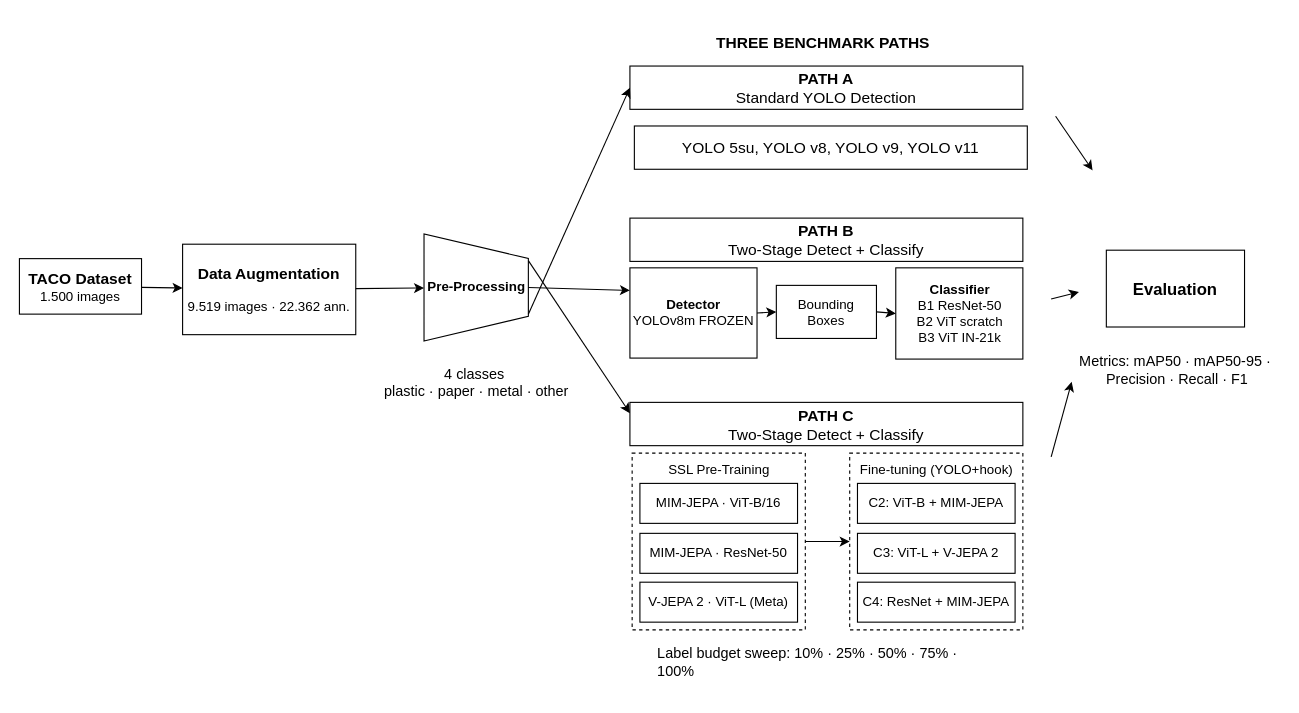
gruporaia/TrashScan keeps this draw.io diagram as page "Cópia do Página-1" (3 of 4) of pipeline.drawio. Above is the earlier version. Source tidied: cells renumbered, new cells numbered last; positions are measured from the earlier drawing's top-left corner, leaving out a move shared by most shapes. Both pictures are drawn from the tidied source at 111%, with x=0, y=0 at pixel (19, 26).
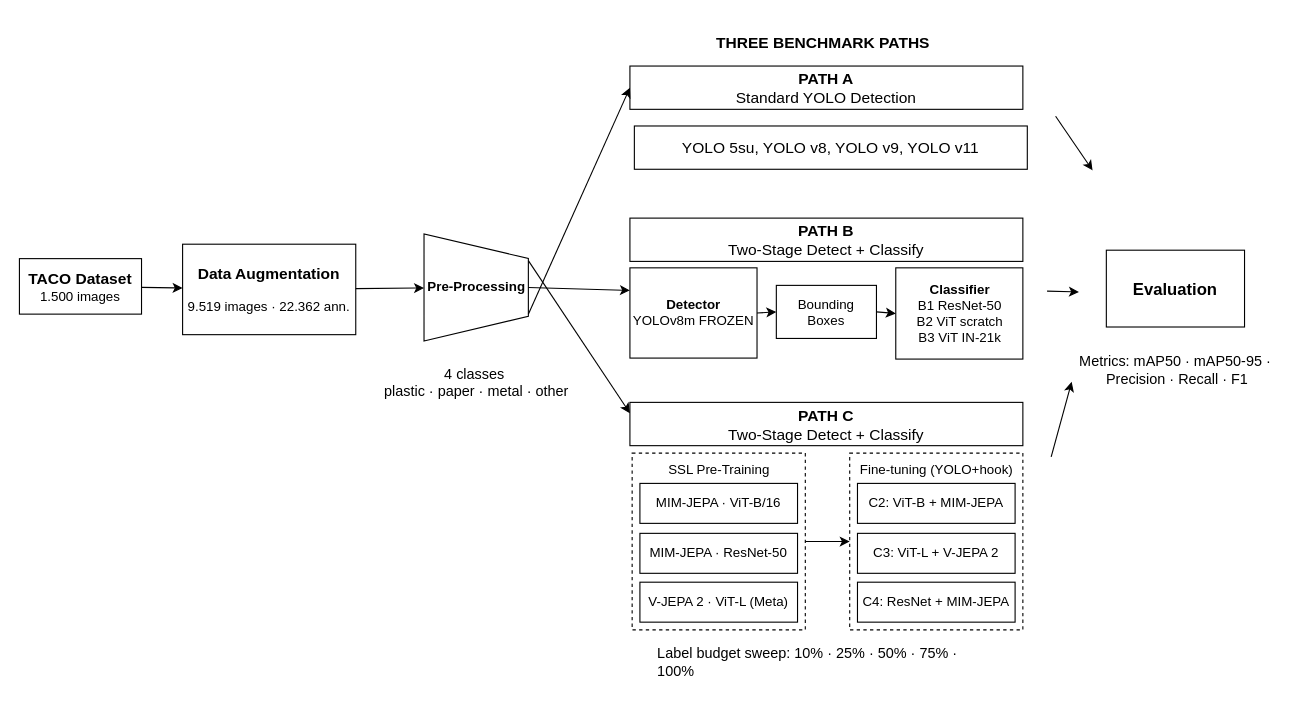
Above is the later version.

Commit message (it also covers changes not shown here):
Atualização do diagrama

Unchanged cells that the change refers to:
```xml
<mxCell id="2" style="rounded=1;whiteSpace=wrap;html=1;strokeColor=none;align=center;verticalAlign=middle;fontFamily=Helvetica;fontSize=12;fontColor=default;labelBackgroundColor=default;fillColor=light-dark(#FFFFFF,#CCFFFF);rotation=90;" parent="1" vertex="1">
  <mxGeometry x="423.2" y="95.2" width="607.5" height="405" as="geometry" />
</mxCell>
<mxCell id="3" style="rounded=1;whiteSpace=wrap;html=1;strokeColor=none;align=center;verticalAlign=middle;fontFamily=Helvetica;fontSize=12;fontColor=default;labelBackgroundColor=default;fillColor=light-dark(#FFFFFF,#FFCC99);rotation=90;" parent="1" vertex="1">
  <mxGeometry x="932" y="152.5" width="219" height="174" as="geometry" />
</mxCell>
```

What changed in the source:
```diff
@@
-    <mxCell id="30" style="edgeStyle=none;shape=connector;rounded=0;jettySize=auto;html=1;entryX=0.5;entryY=1;entryDx=0;entryDy=0;strokeColor=light-dark(#000000,#040404);align=center;verticalAlign=middle;fontFamily=Helvetica;fontSize=12;fontColor=default;labelBackgroundColor=default;endArrow=classic;" parent="1" edge="1" source="2" target="3">
+    <mxCell id="30" style="edgeStyle=none;shape=connector;rounded=0;jettySize=auto;html=1;entryX=0.5;entryY=1;entryDx=0;entryDy=0;strokeColor=light-dark(#000000,#040404);align=center;verticalAlign=middle;fontFamily=Helvetica;fontSize=12;fontColor=default;labelBackgroundColor=default;endArrow=classic;exitX=0.403;exitY=0.009;exitDx=0;exitDy=0;exitPerimeter=0;" parent="1" edge="1" source="2" target="3">
       <mxGeometry relative="1" as="geometry" />
     </mxCell>
```
